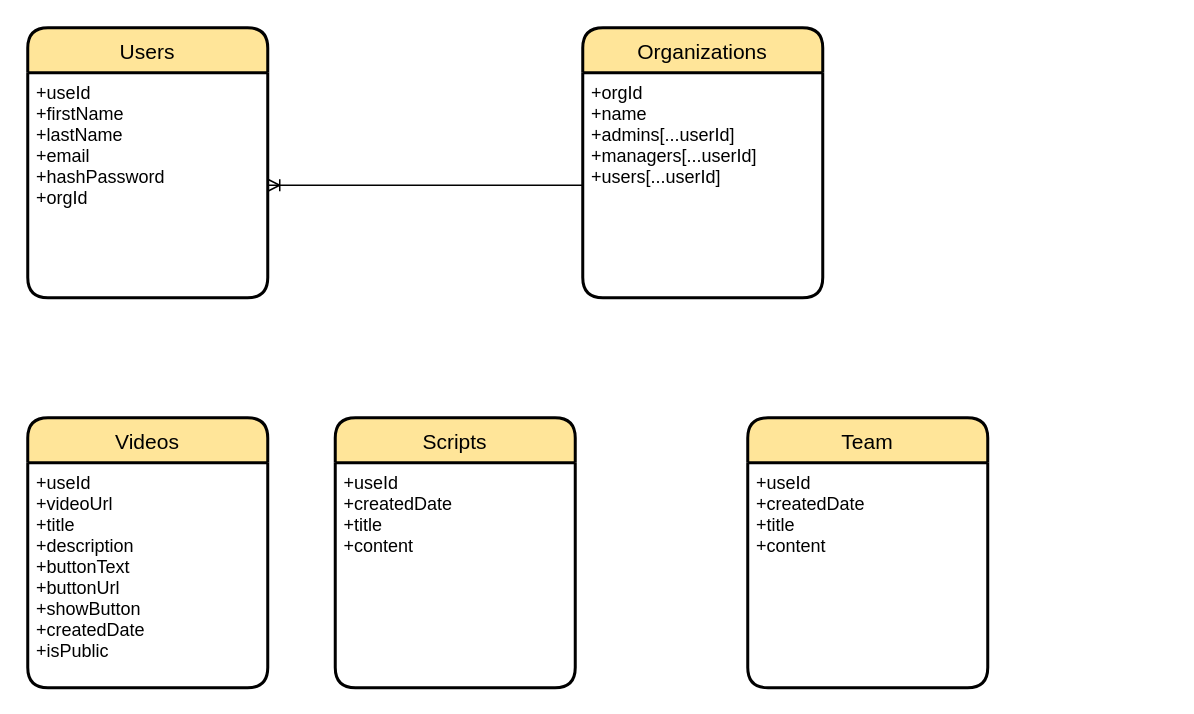
The draw.io diagram Design_organization.drawio in shawnohn/fortuna, before the edit. Source tidied: cells renumbered, new cells numbered last; positions are measured from the earlier drawing's top-left corner, leaving out a move shared by most shapes. Both pictures are drawn from the tidied source at 150%, with x=0, y=0 at pixel (27, 27).
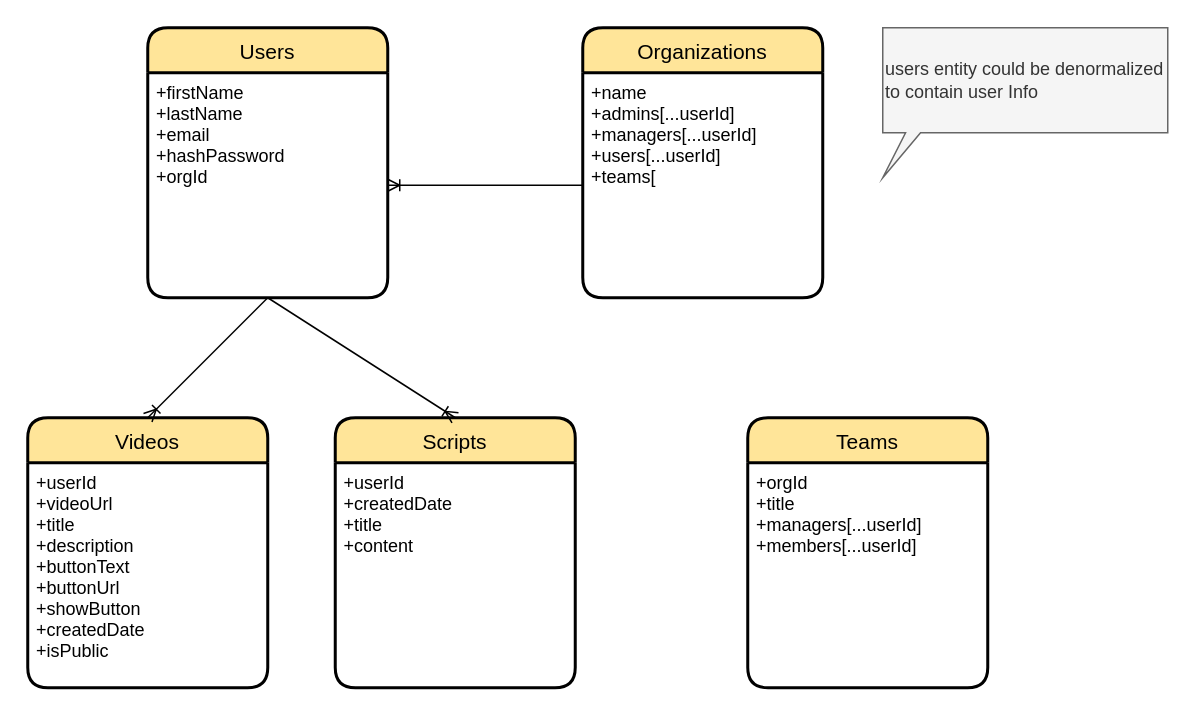
The same diagram, later.

The edit, as a diff of the source:
```diff
@@
 <mxGraphModel>
   <root>
     <mxCell id="0" />
     <mxCell id="1" parent="0" />
     <mxCell id="2" value="Videos" style="swimlane;horizontal=1;startSize=30;rounded=1;fontSize=14;fontStyle=0;strokeWidth=2;shadow=0;dashed=0;align=center;fillColor=#FFE599;" parent="1" vertex="1">
       <mxGeometry y="260" width="160" height="180" as="geometry" />
     </mxCell>
-    <mxCell id="3" value="+useId&#10;+videoUrl&#10;+title&#10;+description&#10;+buttonText&#10;+buttonUrl&#10;+showButton&#10;+createdDate&#10;+isPublic" style="align=left;strokeColor=none;fillColor=none;spacingLeft=4;fontSize=12;verticalAlign=top;" parent="2" vertex="1">
+    <mxCell id="3" value="+userId&#10;+videoUrl&#10;+title&#10;+description&#10;+buttonText&#10;+buttonUrl&#10;+showButton&#10;+createdDate&#10;+isPublic" style="align=left;strokeColor=none;fillColor=none;spacingLeft=4;fontSize=12;verticalAlign=top;" parent="2" vertex="1">
       <mxGeometry y="30" width="160" height="150" as="geometry" />
     </mxCell>
-    <mxCell id="4" value="Users" style="swimlane;horizontal=1;startSize=30;rounded=1;fontSize=14;fontStyle=0;strokeWidth=2;shadow=0;dashed=0;align=center;fillColor=#FFE599;" parent="1" vertex="1">
-      <mxGeometry width="160" height="180" as="geometry" />
-    </mxCell>
-    <mxCell id="5" value="+useId&#10;+firstName&#10;+lastName&#10;+email&#10;+hashPassword&#10;+orgId" style="align=left;strokeColor=none;fillColor=none;spacingLeft=4;fontSize=12;verticalAlign=top;" parent="4" vertex="1">
-      <mxGeometry y="30" width="160" height="150" as="geometry" />
-    </mxCell>
     <mxCell id="6" value="Scripts" style="swimlane;horizontal=1;startSize=30;rounded=1;fontSize=14;fontStyle=0;strokeWidth=2;shadow=0;dashed=0;align=center;fillColor=#FFE599;" parent="1" vertex="1">
       <mxGeometry x="205" y="260" width="160" height="180" as="geometry" />
     </mxCell>
-    <mxCell id="7" value="+useId&#10;+createdDate&#10;+title&#10;+content" style="align=left;strokeColor=none;fillColor=none;spacingLeft=4;fontSize=12;verticalAlign=top;" parent="6" vertex="1">
+    <mxCell id="7" value="+userId&#10;+createdDate&#10;+title&#10;+content" style="align=left;strokeColor=none;fillColor=none;spacingLeft=4;fontSize=12;verticalAlign=top;" parent="6" vertex="1">
       <mxGeometry y="30" width="160" height="150" as="geometry" />
     </mxCell>
     <mxCell id="8" value="Organizations" style="swimlane;horizontal=1;startSize=30;rounded=1;fontSize=14;fontStyle=0;strokeWidth=2;shadow=0;dashed=0;align=center;fillColor=#FFE599;" parent="1" vertex="1">
       <mxGeometry x="370" width="160" height="180" as="geometry" />
     </mxCell>
-    <mxCell id="9" value="+orgId&#10;+name&#10;+admins[...userId]&#10;+managers[...userId]&#10;+users[...userId]" style="align=left;strokeColor=none;fillColor=none;spacingLeft=4;fontSize=12;verticalAlign=top;" parent="8" vertex="1">
+    <mxCell id="9" value="+name&#10;+admins[...userId]&#10;+managers[...userId]&#10;+users[...userId]&#10;+teams[" style="align=left;strokeColor=none;fillColor=none;spacingLeft=4;fontSize=12;verticalAlign=top;" parent="8" vertex="1">
       <mxGeometry y="30" width="160" height="150" as="geometry" />
     </mxCell>
     <mxCell id="10" style="endArrow=ERoneToMany;html=1;rounded=0;entryX=1;entryY=0.5;entryDx=0;entryDy=0;exitX=0;exitY=0.5;exitDx=0;exitDy=0;endFill=0;" parent="1" edge="1" source="9" target="5">
       <mxGeometry relative="1" as="geometry" />
     </mxCell>
-    <mxCell id="11" value="Team" style="swimlane;horizontal=1;startSize=30;rounded=1;fontSize=14;fontStyle=0;strokeWidth=2;shadow=0;dashed=0;align=center;fillColor=#FFE599;" parent="1" vertex="1">
+    <mxCell id="11" value="Teams" style="swimlane;horizontal=1;startSize=30;rounded=1;fontSize=14;fontStyle=0;strokeWidth=2;shadow=0;dashed=0;align=center;fillColor=#FFE599;" parent="1" vertex="1">
       <mxGeometry x="480" y="260" width="160" height="180" as="geometry" />
     </mxCell>
-    <mxCell id="12" value="+useId&#10;+createdDate&#10;+title&#10;+content" style="align=left;strokeColor=none;fillColor=none;spacingLeft=4;fontSize=12;verticalAlign=top;" parent="11" vertex="1">
+    <mxCell id="12" value="+orgId&#10;+title&#10;+managers[...userId]&#10;+members[...userId]" style="align=left;strokeColor=none;fillColor=none;spacingLeft=4;fontSize=12;verticalAlign=top;" parent="11" vertex="1">
       <mxGeometry y="30" width="160" height="150" as="geometry" />
     </mxCell>
+    <mxCell id="13" value="users entity could be denormalized to contain user Info" style="shape=callout;whiteSpace=wrap;html=1;perimeter=calloutPerimeter;fillColor=#f5f5f5;strokeColor=#666666;fontColor=#333333;size=30;position=0.08;position2=0;base=10;align=left;" parent="1" vertex="1">
+      <mxGeometry x="570" width="190" height="100" as="geometry" />
+    </mxCell>
+    <mxCell id="14" style="endArrow=ERoneToMany;html=1;rounded=0;entryX=0.5;entryY=0;entryDx=0;entryDy=0;exitX=0.5;exitY=1;exitDx=0;exitDy=0;endFill=0;" parent="1" edge="1" source="5" target="2">
+      <mxGeometry relative="1" as="geometry" />
+    </mxCell>
+    <mxCell id="15" style="endArrow=ERoneToMany;html=1;rounded=0;entryX=0.5;entryY=0;entryDx=0;entryDy=0;exitX=0.5;exitY=1;exitDx=0;exitDy=0;endFill=0;" parent="1" edge="1" source="5" target="6">
+      <mxGeometry relative="1" as="geometry" />
+    </mxCell>
+    <mxCell id="4" value="Users" style="swimlane;horizontal=1;startSize=30;rounded=1;fontSize=14;fontStyle=0;strokeWidth=2;shadow=0;dashed=0;align=center;fillColor=#FFE599;" parent="1" vertex="1">
+      <mxGeometry x="80" width="160" height="180" as="geometry" />
+    </mxCell>
+    <mxCell id="5" value="+firstName&#10;+lastName&#10;+email&#10;+hashPassword&#10;+orgId" style="align=left;strokeColor=none;fillColor=none;spacingLeft=4;fontSize=12;verticalAlign=top;" parent="4" vertex="1">
+      <mxGeometry y="30" width="160" height="150" as="geometry" />
+    </mxCell>
   </root>
 </mxGraphModel>
```
